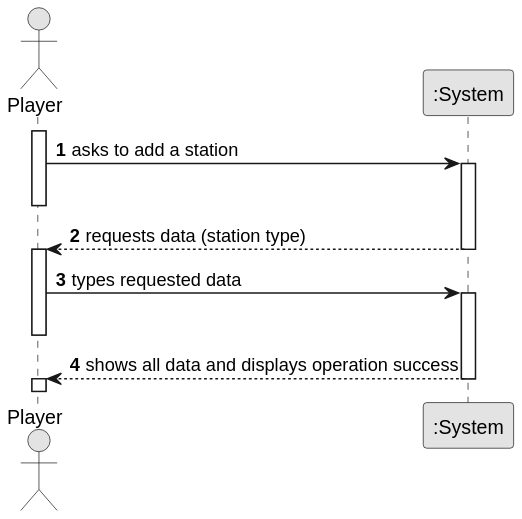
Earlier version of the PlantUML export docs/sprint1/us005/01.requirements-engineering/svg/us005-system-sequence-diagram.svg (ivasduarte/all-aboard).
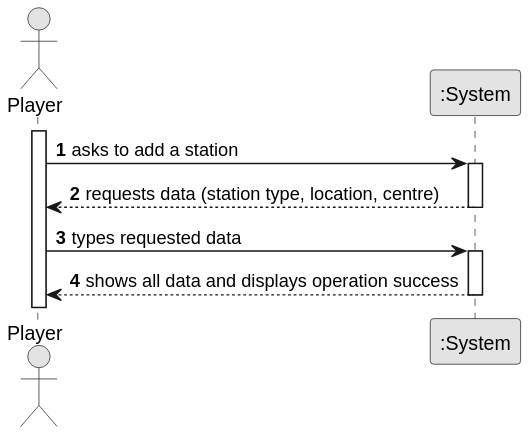
After the change.

What changed in the source:
```diff
@@ -12,17 +12,13 @@
 
     Player -> System : asks to add a station
     activate System
-    deactivate Player
 
-    System --> Player : requests data (station type)
+    System --> Player : requests data (station type, location, centre)
     deactivate System
-    activate Player
 
     Player -> System : types requested data
     activate System
-    deactivate Player
 
     System --> Player : shows all data and displays operation success
     deactivate System
-    activate Player
 @enduml
```
